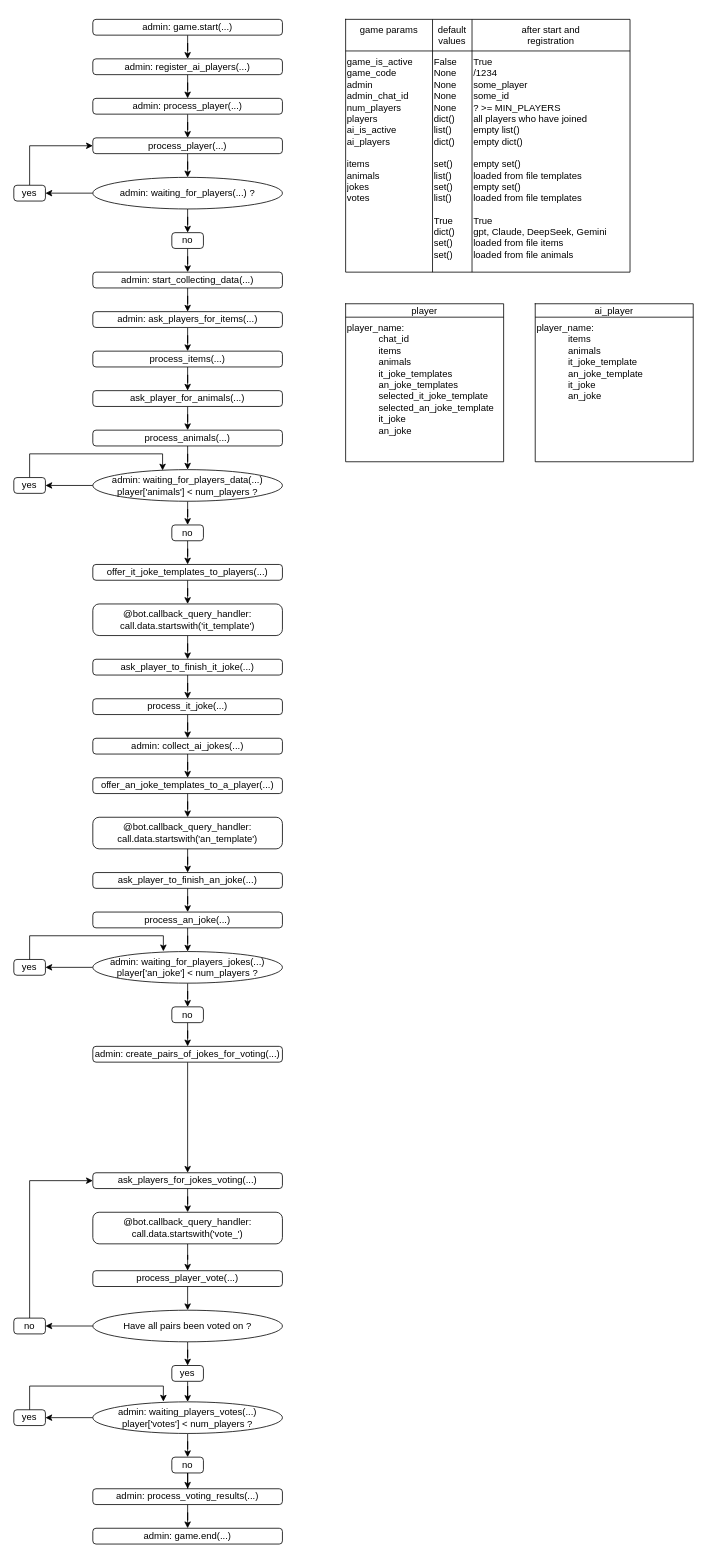
Earlier version of the draw.io diagram page "Page-1" (1 of 2) of telebot.drawio (yuko-37/smehahuehbot). Source tidied: cells renumbered, new cells numbered last; positions are measured from the earlier drawing's top-left corner, leaving out a move shared by most shapes. Both pictures are drawn from the tidied source at 79%, with x=0, y=0 at pixel (13, 19).
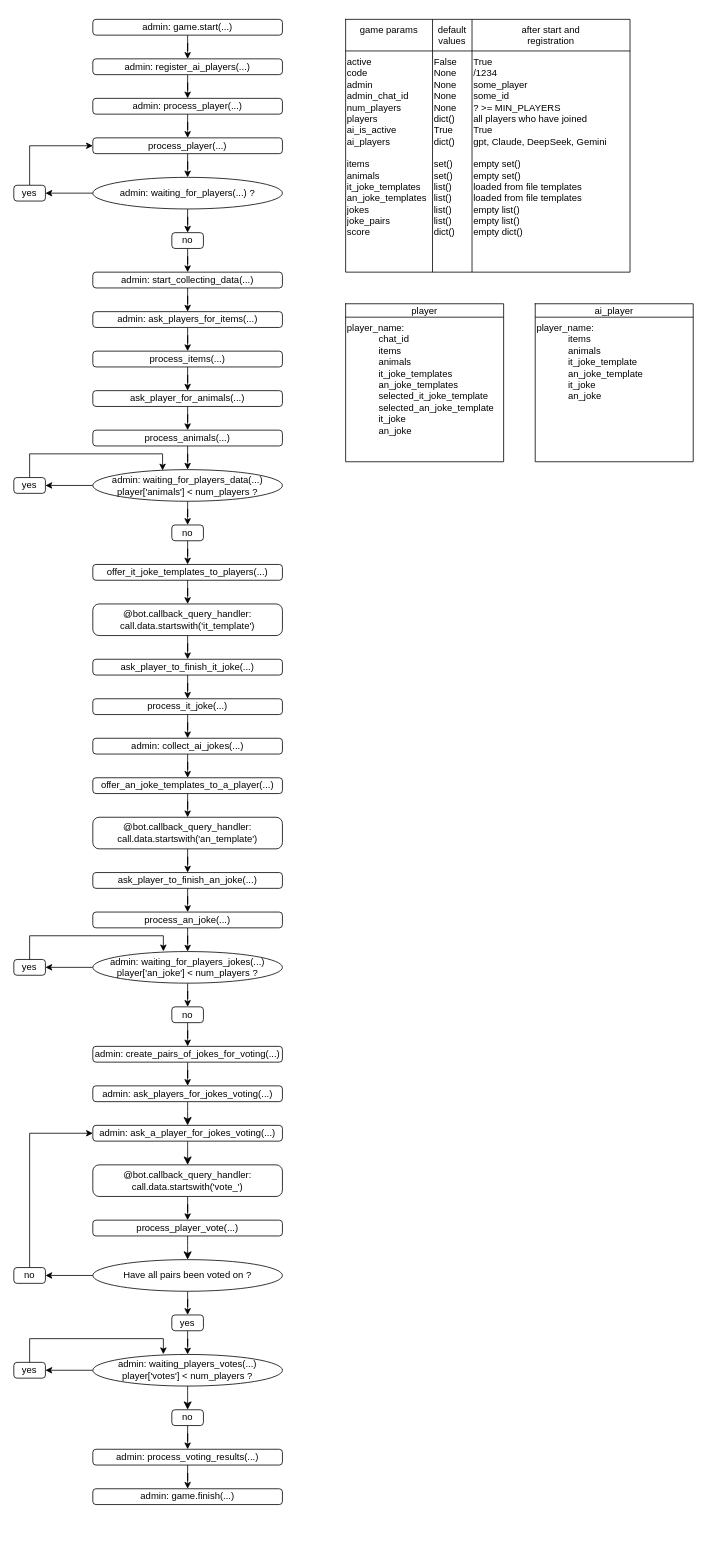
Above is the later version.

Unchanged cells that the change refers to:
```xml
<mxCell id="7" style="shape=tableRow;horizontal=0;startSize=0;swimlaneHead=0;swimlaneBody=0;strokeColor=inherit;top=0;left=0;bottom=0;right=0;fillColor=none;fontSize=16;verticalAlign=top;" parent="2" vertex="1">
  <mxGeometry y="40" width="360" height="280" as="geometry" />
</mxCell>
```

The edit, as a diff of the source:
```diff
@@
-    <mxCell id="8" value="&lt;div&gt;game_is_active&lt;/div&gt;&lt;div style=&quot;&quot;&gt;game_code&lt;/div&gt;&lt;div style=&quot;&quot;&gt;&lt;span style=&quot;background-color: transparent; color: light-dark(rgb(0, 0, 0), rgb(255, 255, 255));&quot;&gt;admin&lt;/span&gt;&lt;/div&gt;&lt;div&gt;admin_chat_id&lt;/div&gt;&lt;div&gt;num_players&lt;/div&gt;&lt;div&gt;players&lt;/div&gt;&lt;div&gt;ai_is_active&lt;/div&gt;&lt;div&gt;ai_players&lt;/div&gt;&lt;div&gt;&lt;br&gt;&lt;/div&gt;&lt;div&gt;items&lt;/div&gt;&lt;div&gt;animals&lt;/div&gt;&lt;div&gt;jokes&lt;/div&gt;&lt;div&gt;votes&lt;/div&gt;&lt;div&gt;&lt;br&gt;&lt;/div&gt;" style="shape=partialRectangle;html=1;whiteSpace=wrap;strokeColor=inherit;overflow=hidden;fillColor=none;top=0;left=0;bottom=0;right=0;fontSize=12;align=left;verticalAlign=top;" parent="7" vertex="1">
+    <mxCell id="8" value="&lt;div&gt;active&lt;/div&gt;&lt;div style=&quot;&quot;&gt;code&lt;/div&gt;&lt;div style=&quot;&quot;&gt;&lt;span style=&quot;background-color: transparent; color: light-dark(rgb(0, 0, 0), rgb(255, 255, 255));&quot;&gt;admin&lt;/span&gt;&lt;/div&gt;&lt;div&gt;admin_chat_id&lt;/div&gt;&lt;div&gt;num_players&lt;/div&gt;&lt;div&gt;players&lt;/div&gt;&lt;div&gt;ai_is_active&lt;/div&gt;&lt;div&gt;ai_players&lt;/div&gt;&lt;div&gt;&lt;br&gt;&lt;/div&gt;&lt;div&gt;items&lt;/div&gt;&lt;div&gt;animals&lt;/div&gt;&lt;div&gt;it_joke_templates&lt;/div&gt;&lt;div&gt;an_joke_templates&lt;/div&gt;&lt;div&gt;jokes&lt;/div&gt;&lt;div&gt;joke_pairs&lt;/div&gt;&lt;div&gt;score&lt;/div&gt;&lt;div&gt;&lt;br&gt;&lt;/div&gt;" style="shape=partialRectangle;html=1;whiteSpace=wrap;strokeColor=inherit;overflow=hidden;fillColor=none;top=0;left=0;bottom=0;right=0;fontSize=12;align=left;verticalAlign=top;" parent="7" vertex="1">
       <mxGeometry width="110" height="280" as="geometry" />
     </mxCell>
-    <mxCell id="9" value="False&lt;div&gt;None&lt;/div&gt;&lt;div&gt;None&lt;/div&gt;&lt;div&gt;None&lt;/div&gt;&lt;div&gt;None&lt;/div&gt;&lt;div&gt;dict()&lt;/div&gt;&lt;div&gt;list()&lt;/div&gt;&lt;div&gt;dict()&lt;/div&gt;&lt;div&gt;&lt;br&gt;&lt;/div&gt;&lt;div&gt;set()&lt;/div&gt;&lt;div&gt;list()&lt;/div&gt;&lt;div&gt;set()&lt;/div&gt;&lt;div&gt;list()&lt;/div&gt;&lt;div&gt;&lt;br&gt;&lt;/div&gt;&lt;div&gt;&lt;span style=&quot;background-color: transparent; color: light-dark(rgb(0, 0, 0), rgb(255, 255, 255));&quot;&gt;True&lt;/span&gt;&lt;/div&gt;&lt;div&gt;dict()&lt;/div&gt;&lt;div&gt;set()&lt;/div&gt;&lt;div&gt;set()&lt;/div&gt;&lt;div&gt;&lt;br&gt;&lt;/div&gt;" style="shape=partialRectangle;html=1;whiteSpace=wrap;strokeColor=inherit;overflow=hidden;fillColor=none;top=0;left=0;bottom=0;right=0;fontSize=12;align=left;verticalAlign=top;" parent="7" vertex="1">
+    <mxCell id="9" value="False&lt;div&gt;None&lt;/div&gt;&lt;div&gt;None&lt;/div&gt;&lt;div&gt;None&lt;/div&gt;&lt;div&gt;None&lt;/div&gt;&lt;div&gt;dict()&lt;/div&gt;&lt;div&gt;True&lt;/div&gt;&lt;div&gt;dict()&lt;/div&gt;&lt;div&gt;&lt;br&gt;&lt;/div&gt;&lt;div&gt;set()&lt;/div&gt;&lt;div&gt;set()&lt;/div&gt;&lt;div&gt;list()&lt;/div&gt;&lt;div&gt;list()&lt;/div&gt;&lt;div&gt;list()&lt;/div&gt;&lt;div&gt;list()&lt;/div&gt;&lt;div&gt;dict()&lt;/div&gt;&lt;div&gt;&lt;br&gt;&lt;/div&gt;&lt;div&gt;&lt;br&gt;&lt;/div&gt;" style="shape=partialRectangle;html=1;whiteSpace=wrap;strokeColor=inherit;overflow=hidden;fillColor=none;top=0;left=0;bottom=0;right=0;fontSize=12;align=left;verticalAlign=top;" parent="7" vertex="1">
       <mxGeometry x="110" width="50" height="280" as="geometry" />
     </mxCell>
-    <mxCell id="10" value="True&lt;div&gt;/1234&lt;/div&gt;&lt;div&gt;some_player&lt;/div&gt;&lt;div&gt;some_id&lt;/div&gt;&lt;div&gt;? &amp;gt;= MIN_PLAYERS&lt;/div&gt;&lt;div&gt;all players who have joined&lt;/div&gt;&lt;div&gt;empty list()&lt;/div&gt;&lt;div&gt;empty dict()&lt;/div&gt;&lt;div&gt;&lt;br&gt;&lt;/div&gt;&lt;div&gt;empty set()&lt;/div&gt;&lt;div&gt;loaded from file templates&lt;/div&gt;&lt;div&gt;empty set()&lt;/div&gt;&lt;div&gt;loaded from file templates&lt;/div&gt;&lt;div&gt;&lt;br&gt;&lt;/div&gt;&lt;div&gt;True&lt;/div&gt;&lt;div&gt;gpt, Claude, DeepSeek, Gemini&lt;/div&gt;&lt;div&gt;loaded from file items&lt;/div&gt;&lt;div&gt;loaded from file animals&lt;/div&gt;&lt;div&gt;&lt;br&gt;&lt;/div&gt;" style="shape=partialRectangle;html=1;whiteSpace=wrap;strokeColor=inherit;overflow=hidden;fillColor=none;top=0;left=0;bottom=0;right=0;fontSize=12;align=left;verticalAlign=top;" parent="7" vertex="1">
+    <mxCell id="10" value="True&lt;div&gt;/1234&lt;/div&gt;&lt;div&gt;some_player&lt;/div&gt;&lt;div&gt;some_id&lt;/div&gt;&lt;div&gt;? &amp;gt;= MIN_PLAYERS&lt;/div&gt;&lt;div&gt;all players who have joined&lt;/div&gt;&lt;div&gt;True&lt;/div&gt;&lt;div&gt;gpt, Claude, DeepSeek, Gemini&lt;/div&gt;&lt;div&gt;&lt;br&gt;&lt;/div&gt;&lt;div&gt;empty set()&lt;/div&gt;&lt;div&gt;empty set()&lt;/div&gt;&lt;div&gt;loaded from file templates&lt;/div&gt;&lt;div&gt;loaded from file templates&lt;/div&gt;&lt;div&gt;empty list()&lt;/div&gt;&lt;div&gt;empty list()&lt;/div&gt;&lt;div&gt;empty dict()&lt;/div&gt;&lt;div&gt;&lt;br&gt;&lt;/div&gt;" style="shape=partialRectangle;html=1;whiteSpace=wrap;strokeColor=inherit;overflow=hidden;fillColor=none;top=0;left=0;bottom=0;right=0;fontSize=12;align=left;verticalAlign=top;" parent="7" vertex="1">
       <mxGeometry x="160" width="200" height="280" as="geometry" />
     </mxCell>
@@
-    <mxCell id="75" style="edgeStyle=orthogonalEdgeStyle;rounded=0;jettySize=auto;html=1;" parent="1" edge="1" source="76" target="78">
-      <mxGeometry relative="1" as="geometry" />
-    </mxCell>
+    <mxCell id="104" style="edgeStyle=none;curved=1;rounded=0;jettySize=auto;html=1;fontSize=12;startSize=8;endSize=8;" parent="1" edge="1" source="76" target="107">
+      <mxGeometry relative="1" as="geometry" />
+    </mxCell>
-    <mxCell id="76" value="ask_players_for_jokes_voting(...)" style="rounded=1;whiteSpace=wrap;html=1;arcSize=20;" parent="1" vertex="1">
-      <mxGeometry x="100" y="1460" width="240" height="20" as="geometry" />
+    <mxCell id="76" value="admin: ask_players_for_jokes_voting(...)" style="rounded=1;whiteSpace=wrap;html=1;arcSize=20;" parent="1" vertex="1">
+      <mxGeometry x="100" y="1350" width="240" height="20" as="geometry" />
     </mxCell>
@@
     <mxCell id="78" value="@bot.callback_query_handler:&lt;div&gt;call.data.startswith('vote_')&lt;/div&gt;" style="rounded=1;whiteSpace=wrap;html=1;arcSize=20;" parent="1" vertex="1">
-      <mxGeometry x="100" y="1510" width="240" height="40" as="geometry" />
+      <mxGeometry x="100" y="1450" width="240" height="40" as="geometry" />
     </mxCell>
+    <mxCell id="105" style="edgeStyle=none;curved=1;rounded=0;jettySize=auto;html=1;fontSize=12;startSize=8;endSize=8;" parent="1" edge="1" source="79" target="92">
+      <mxGeometry relative="1" as="geometry" />
+    </mxCell>
     <mxCell id="79" value="process_player_vote(...)" style="rounded=1;whiteSpace=wrap;html=1;arcSize=20;" parent="1" vertex="1">
-      <mxGeometry x="100" y="1584" width="240" height="20" as="geometry" />
+      <mxGeometry x="100" y="1520" width="240" height="20" as="geometry" />
     </mxCell>
+    <mxCell id="81" style="edgeStyle=orthogonalEdgeStyle;rounded=0;jettySize=auto;html=1;entryX=1;entryY=0.5;entryDx=0;entryDy=0;" parent="1" edge="1" source="82" target="85">
+      <mxGeometry relative="1" as="geometry" />
+    </mxCell>
-    <mxCell id="80" style="edgeStyle=orthogonalEdgeStyle;rounded=0;jettySize=auto;html=1;entryX=0.5;entryY=0;entryDx=0;entryDy=0;" parent="1" edge="1" source="82" target="84">
+    <mxCell id="80" style="edgeStyle=none;curved=1;rounded=0;jettySize=auto;html=1;fontSize=12;startSize=8;endSize=8;" parent="1" edge="1" source="82" target="84">
       <mxGeometry relative="1" as="geometry" />
     </mxCell>
-    <mxCell id="81" style="edgeStyle=orthogonalEdgeStyle;rounded=0;jettySize=auto;html=1;entryX=1;entryY=0.5;entryDx=0;entryDy=0;" parent="1" edge="1" source="82" target="85">
-      <mxGeometry relative="1" as="geometry" />
-    </mxCell>
     <mxCell id="82" value="admin:&amp;nbsp;&lt;span style=&quot;background-color: transparent; color: light-dark(rgb(0, 0, 0), rgb(255, 255, 255));&quot;&gt;waiting_players_votes(...)&lt;/span&gt;&lt;div&gt;&lt;span style=&quot;background-color: transparent; color: light-dark(rgb(0, 0, 0), rgb(255, 255, 255));&quot;&gt;player['votes'] &amp;lt; num_players ?&lt;/span&gt;&lt;/div&gt;" style="ellipse;whiteSpace=wrap;html=1;" parent="1" vertex="1">
-      <mxGeometry x="100" y="1750" width="240" height="40" as="geometry" />
+      <mxGeometry x="100" y="1690" width="240" height="40" as="geometry" />
     </mxCell>
@@
     <mxCell id="84" value="no" style="rounded=1;whiteSpace=wrap;html=1;arcSize=20;" parent="1" vertex="1">
-      <mxGeometry x="200" y="1820" width="40" height="20" as="geometry" />
+      <mxGeometry x="200" y="1760" width="40" height="20" as="geometry" />
     </mxCell>
     <mxCell id="85" value="yes" style="rounded=1;whiteSpace=wrap;html=1;arcSize=20;" parent="1" vertex="1">
-      <mxGeometry y="1760" width="40" height="20" as="geometry" />
+      <mxGeometry y="1700" width="40" height="20" as="geometry" />
     </mxCell>
     <mxCell id="86" style="edgeStyle=orthogonalEdgeStyle;rounded=0;jettySize=auto;html=1;entryX=0.372;entryY=-0.008;entryDx=0;entryDy=0;entryPerimeter=0;" parent="1" edge="1" source="85" target="82">
       <mxGeometry relative="1" as="geometry">
         <Array as="points">
-          <mxPoint x="20" y="1730" />
-          <mxPoint x="189" y="1730" />
+          <mxPoint x="20" y="1670" />
+          <mxPoint x="189" y="1670" />
         </Array>
       </mxGeometry>
     </mxCell>
@@
-    <mxCell id="89" style="edgeStyle=orthogonalEdgeStyle;rounded=0;jettySize=auto;html=1;entryX=0.5;entryY=0;entryDx=0;entryDy=0;" parent="1" edge="1" target="92">
-      <mxGeometry relative="1" as="geometry">
-        <mxPoint x="220" y="1604" as="sourcePoint" />
-      </mxGeometry>
-    </mxCell>
@@
     <mxCell id="92" value="Have all pairs been voted on ?" style="ellipse;whiteSpace=wrap;html=1;" parent="1" vertex="1">
-      <mxGeometry x="100" y="1634" width="240" height="40" as="geometry" />
+      <mxGeometry x="100" y="1570" width="240" height="40" as="geometry" />
     </mxCell>
@@
     <mxCell id="94" value="yes" style="rounded=1;whiteSpace=wrap;html=1;arcSize=20;" parent="1" vertex="1">
-      <mxGeometry x="200" y="1704" width="40" height="20" as="geometry" />
+      <mxGeometry x="200" y="1640" width="40" height="20" as="geometry" />
     </mxCell>
-    <mxCell id="95" style="edgeStyle=orthogonalEdgeStyle;rounded=0;jettySize=auto;html=1;entryX=0;entryY=0.5;entryDx=0;entryDy=0;" parent="1" edge="1" source="96" target="76">
+    <mxCell id="95" style="edgeStyle=orthogonalEdgeStyle;rounded=0;jettySize=auto;html=1;entryX=0;entryY=0.5;entryDx=0;entryDy=0;" parent="1" edge="1" source="96" target="107">
       <mxGeometry relative="1" as="geometry">
         <Array as="points">
-          <mxPoint x="20" y="1470" />
+          <mxPoint x="20" y="1410" />
         </Array>
       </mxGeometry>
     </mxCell>
     <mxCell id="96" value="no" style="rounded=1;whiteSpace=wrap;html=1;arcSize=20;" parent="1" vertex="1">
-      <mxGeometry y="1644" width="40" height="20" as="geometry" />
+      <mxGeometry y="1580" width="40" height="20" as="geometry" />
     </mxCell>
@@
     <mxCell id="98" value="admin: process_voting_results(...)" style="rounded=1;whiteSpace=wrap;html=1;arcSize=20;" parent="1" vertex="1">
-      <mxGeometry x="100" y="1860" width="240" height="20" as="geometry" />
+      <mxGeometry x="100" y="1810" width="240" height="20" as="geometry" />
     </mxCell>
-    <mxCell id="99" value="admin: game.end(...)" style="rounded=1;whiteSpace=wrap;html=1;arcSize=20;" parent="1" vertex="1">
-      <mxGeometry x="100" y="1910" width="240" height="20" as="geometry" />
+    <mxCell id="99" value="admin: game.finish(...)" style="rounded=1;whiteSpace=wrap;html=1;arcSize=20;" parent="1" vertex="1">
+      <mxGeometry x="100" y="1860" width="240" height="20" as="geometry" />
     </mxCell>
@@
+    <mxCell id="106" style="edgeStyle=none;curved=1;rounded=0;jettySize=auto;html=1;fontSize=12;startSize=8;endSize=8;" parent="1" edge="1" source="107" target="78">
+      <mxGeometry relative="1" as="geometry" />
+    </mxCell>
+    <mxCell id="107" value="admin: ask_a_player_for_jokes_voting(...)" style="rounded=1;whiteSpace=wrap;html=1;arcSize=20;" parent="1" vertex="1">
+      <mxGeometry x="100" y="1400" width="240" height="20" as="geometry" />
+    </mxCell>
```
